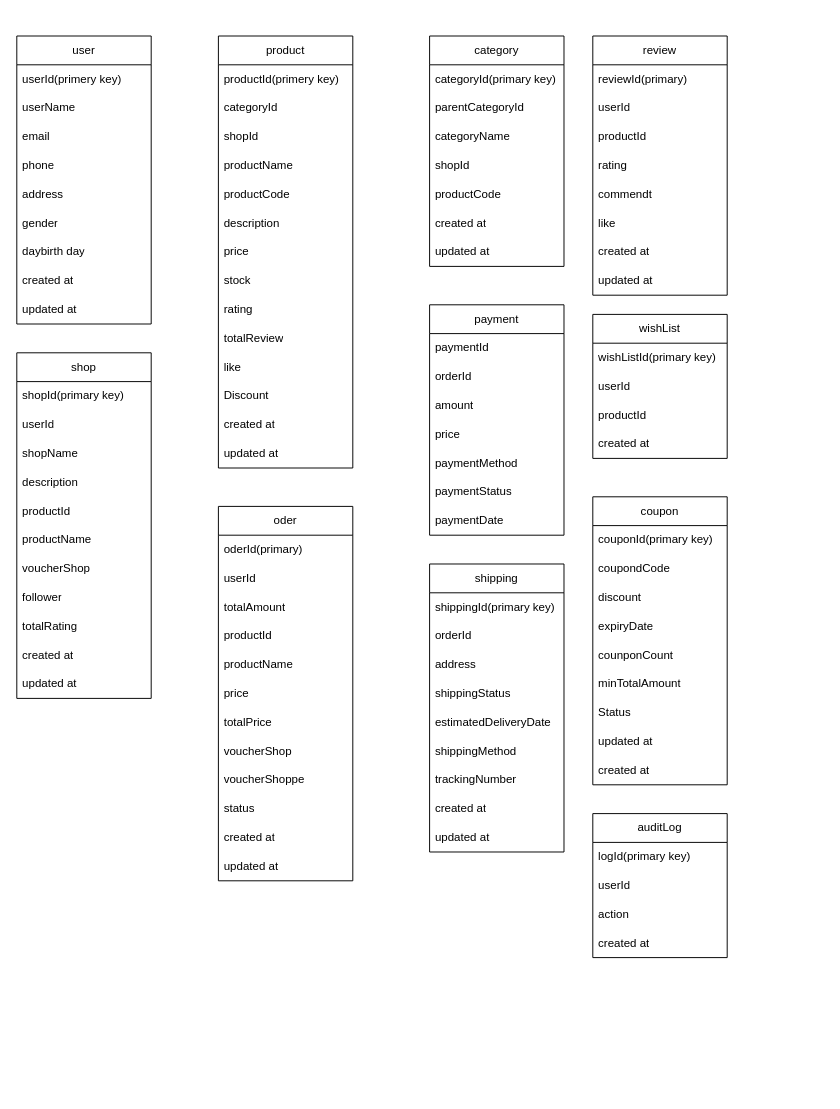
KenNgoPK/shoppe_backend keeps this draw.io diagram as .drawio. Above is the earlier version. Source tidied: cells renumbered, new cells numbered last; positions are measured from the earlier drawing's top-left corner, leaving out a move shared by most shapes. Both pictures are drawn from the tidied source at 96%, with x=0, y=0 at pixel (16, 36).
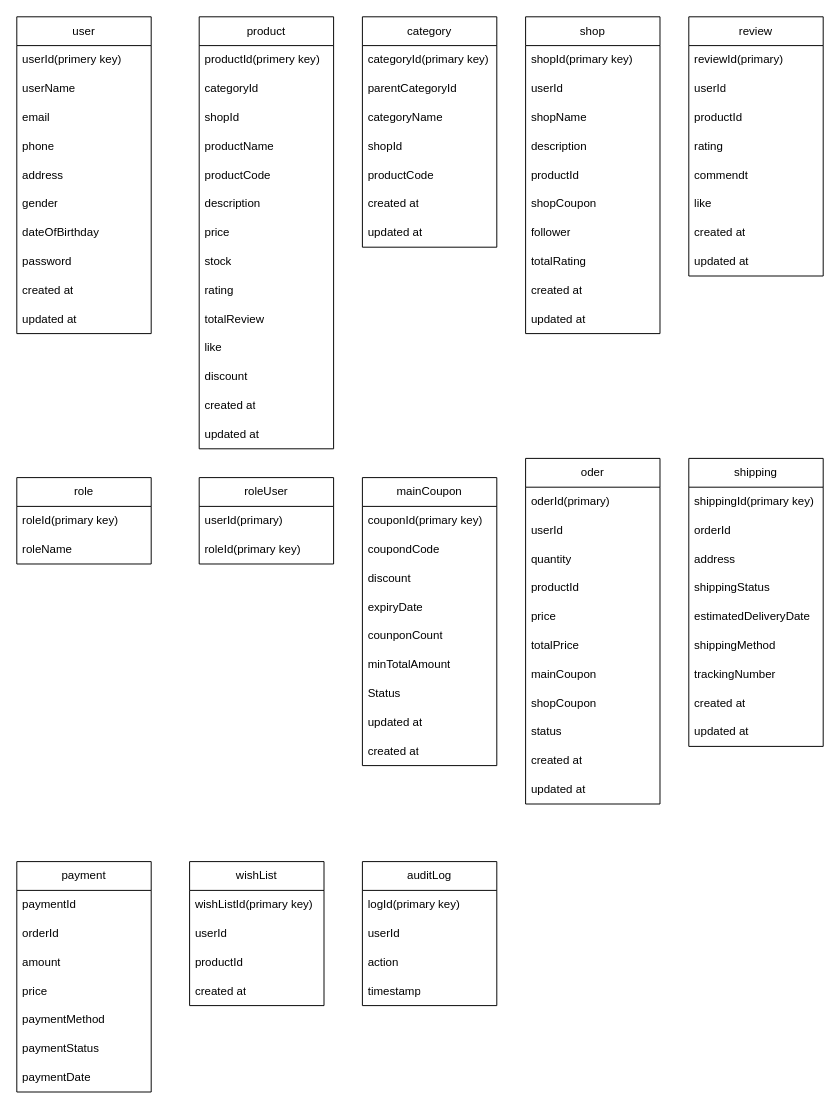
After the change.

Change to the diagram source:
```diff
@@
     <mxCell id="2" value="user" style="swimlane;fontStyle=0;horizontal=1;startSize=30;whiteSpace=wrap;html=1;" parent="1" vertex="1">
-      <mxGeometry width="140" height="300" as="geometry" />
+      <mxGeometry y="-20" width="140" height="330" as="geometry" />
     </mxCell>
@@
-    <mxCell id="9" value="daybirth day" style="text;strokeColor=none;fillColor=none;align=left;verticalAlign=middle;spacingLeft=4;spacingRight=4;overflow=hidden;whiteSpace=wrap;html=1;" parent="2" vertex="1">
+    <mxCell id="9" value="dateOfBirthday" style="text;strokeColor=none;fillColor=none;align=left;verticalAlign=middle;spacingLeft=4;spacingRight=4;overflow=hidden;whiteSpace=wrap;html=1;" parent="2" vertex="1">
       <mxGeometry y="210" width="140" height="30" as="geometry" />
     </mxCell>
+    <mxCell id="107" value="password" style="text;strokeColor=none;fillColor=none;align=left;verticalAlign=middle;spacingLeft=4;spacingRight=4;overflow=hidden;whiteSpace=wrap;html=1;" parent="2" vertex="1">
+      <mxGeometry y="240" width="140" height="30" as="geometry" />
+    </mxCell>
     <mxCell id="10" value="created at" style="text;strokeColor=none;fillColor=none;align=left;verticalAlign=middle;spacingLeft=4;spacingRight=4;overflow=hidden;whiteSpace=wrap;html=1;" parent="2" vertex="1">
-      <mxGeometry y="240" width="140" height="30" as="geometry" />
+      <mxGeometry y="270" width="140" height="30" as="geometry" />
     </mxCell>
     <mxCell id="11" value="updated at" style="text;strokeColor=none;fillColor=none;align=left;verticalAlign=middle;spacingLeft=4;spacingRight=4;overflow=hidden;whiteSpace=wrap;html=1;" parent="2" vertex="1">
-      <mxGeometry y="270" width="140" height="30" as="geometry" />
+      <mxGeometry y="300" width="140" height="30" as="geometry" />
     </mxCell>
     <mxCell id="12" value="product" style="swimlane;fontStyle=0;horizontal=1;startSize=30;whiteSpace=wrap;html=1;" parent="1" vertex="1">
-      <mxGeometry x="210" width="140" height="450" as="geometry" />
+      <mxGeometry x="190" y="-20" width="140" height="450" as="geometry" />
     </mxCell>
@@
-    <mxCell id="24" value="Discount" style="text;strokeColor=none;fillColor=none;align=left;verticalAlign=middle;spacingLeft=4;spacingRight=4;overflow=hidden;whiteSpace=wrap;html=1;" parent="12" vertex="1">
+    <mxCell id="24" value="discount" style="text;strokeColor=none;fillColor=none;align=left;verticalAlign=middle;spacingLeft=4;spacingRight=4;overflow=hidden;whiteSpace=wrap;html=1;" parent="12" vertex="1">
       <mxGeometry y="360" width="140" height="30" as="geometry" />
     </mxCell>
@@
     <mxCell id="27" value="category" style="swimlane;fontStyle=0;horizontal=1;startSize=30;whiteSpace=wrap;html=1;" parent="1" vertex="1">
-      <mxGeometry x="430" width="140" height="240" as="geometry" />
+      <mxGeometry x="360" y="-20" width="140" height="240" as="geometry" />
     </mxCell>
@@
     <mxCell id="35" value="shop" style="swimlane;fontStyle=0;horizontal=1;startSize=30;whiteSpace=wrap;html=1;" parent="1" vertex="1">
-      <mxGeometry y="330" width="140" height="360" as="geometry" />
+      <mxGeometry x="530" y="-20" width="140" height="330" as="geometry" />
     </mxCell>
@@
-    <mxCell id="41" value="productName" style="text;strokeColor=none;fillColor=none;align=left;verticalAlign=middle;spacingLeft=4;spacingRight=4;overflow=hidden;whiteSpace=wrap;html=1;" parent="35" vertex="1">
-      <mxGeometry y="180" width="140" height="30" as="geometry" />
-    </mxCell>
-    <mxCell id="42" value="voucherShop" style="text;strokeColor=none;fillColor=none;align=left;verticalAlign=middle;spacingLeft=4;spacingRight=4;overflow=hidden;whiteSpace=wrap;html=1;" parent="35" vertex="1">
-      <mxGeometry y="210" width="140" height="30" as="geometry" />
+    <mxCell id="42" value="shopCoupon" style="text;strokeColor=none;fillColor=none;align=left;verticalAlign=middle;spacingLeft=4;spacingRight=4;overflow=hidden;whiteSpace=wrap;html=1;" parent="35" vertex="1">
+      <mxGeometry y="180" width="140" height="30" as="geometry" />
     </mxCell>
     <mxCell id="43" value="follower" style="text;strokeColor=none;fillColor=none;align=left;verticalAlign=middle;spacingLeft=4;spacingRight=4;overflow=hidden;whiteSpace=wrap;html=1;" parent="35" vertex="1">
-      <mxGeometry y="240" width="140" height="30" as="geometry" />
+      <mxGeometry y="210" width="140" height="30" as="geometry" />
     </mxCell>
     <mxCell id="44" value="totalRating" style="text;strokeColor=none;fillColor=none;align=left;verticalAlign=middle;spacingLeft=4;spacingRight=4;overflow=hidden;whiteSpace=wrap;html=1;" parent="35" vertex="1">
-      <mxGeometry y="270" width="140" height="30" as="geometry" />
+      <mxGeometry y="240" width="140" height="30" as="geometry" />
     </mxCell>
     <mxCell id="45" value="created at" style="text;strokeColor=none;fillColor=none;align=left;verticalAlign=middle;spacingLeft=4;spacingRight=4;overflow=hidden;whiteSpace=wrap;html=1;" parent="35" vertex="1">
-      <mxGeometry y="300" width="140" height="30" as="geometry" />
+      <mxGeometry y="270" width="140" height="30" as="geometry" />
     </mxCell>
     <mxCell id="46" value="updated at" style="text;strokeColor=none;fillColor=none;align=left;verticalAlign=middle;spacingLeft=4;spacingRight=4;overflow=hidden;whiteSpace=wrap;html=1;" parent="35" vertex="1">
-      <mxGeometry y="330" width="140" height="30" as="geometry" />
+      <mxGeometry y="300" width="140" height="30" as="geometry" />
     </mxCell>
     <mxCell id="47" value="oder" style="swimlane;fontStyle=0;horizontal=1;startSize=30;whiteSpace=wrap;html=1;" parent="1" vertex="1">
-      <mxGeometry x="210" y="490" width="140" height="390" as="geometry" />
+      <mxGeometry x="530" y="440" width="140" height="360" as="geometry" />
     </mxCell>
@@
-    <mxCell id="50" value="totalAmount" style="text;strokeColor=none;fillColor=none;align=left;verticalAlign=middle;spacingLeft=4;spacingRight=4;overflow=hidden;whiteSpace=wrap;html=1;" parent="47" vertex="1">
+    <mxCell id="50" value="quantity" style="text;strokeColor=none;fillColor=none;align=left;verticalAlign=middle;spacingLeft=4;spacingRight=4;overflow=hidden;whiteSpace=wrap;html=1;" parent="47" vertex="1">
       <mxGeometry y="90" width="140" height="30" as="geometry" />
     </mxCell>
@@
-    <mxCell id="52" value="productName" style="text;strokeColor=none;fillColor=none;align=left;verticalAlign=middle;spacingLeft=4;spacingRight=4;overflow=hidden;whiteSpace=wrap;html=1;" parent="47" vertex="1">
-      <mxGeometry y="150" width="140" height="30" as="geometry" />
-    </mxCell>
     <mxCell id="53" value="price" style="text;strokeColor=none;fillColor=none;align=left;verticalAlign=middle;spacingLeft=4;spacingRight=4;overflow=hidden;whiteSpace=wrap;html=1;" parent="47" vertex="1">
-      <mxGeometry y="180" width="140" height="30" as="geometry" />
+      <mxGeometry y="150" width="140" height="30" as="geometry" />
     </mxCell>
     <mxCell id="54" value="totalPrice" style="text;strokeColor=none;fillColor=none;align=left;verticalAlign=middle;spacingLeft=4;spacingRight=4;overflow=hidden;whiteSpace=wrap;html=1;" parent="47" vertex="1">
-      <mxGeometry y="210" width="140" height="30" as="geometry" />
+      <mxGeometry y="180" width="140" height="30" as="geometry" />
     </mxCell>
-    <mxCell id="55" value="voucherShop" style="text;strokeColor=none;fillColor=none;align=left;verticalAlign=middle;spacingLeft=4;spacingRight=4;overflow=hidden;whiteSpace=wrap;html=1;" parent="47" vertex="1">
-      <mxGeometry y="240" width="140" height="30" as="geometry" />
+    <mxCell id="55" value="mainCoupon" style="text;strokeColor=none;fillColor=none;align=left;verticalAlign=middle;spacingLeft=4;spacingRight=4;overflow=hidden;whiteSpace=wrap;html=1;" parent="47" vertex="1">
+      <mxGeometry y="210" width="140" height="30" as="geometry" />
     </mxCell>
-    <mxCell id="56" value="voucherShoppe" style="text;strokeColor=none;fillColor=none;align=left;verticalAlign=middle;spacingLeft=4;spacingRight=4;overflow=hidden;whiteSpace=wrap;html=1;" parent="47" vertex="1">
-      <mxGeometry y="270" width="140" height="30" as="geometry" />
+    <mxCell id="56" value="shopCoupon" style="text;strokeColor=none;fillColor=none;align=left;verticalAlign=middle;spacingLeft=4;spacingRight=4;overflow=hidden;whiteSpace=wrap;html=1;" parent="47" vertex="1">
+      <mxGeometry y="240" width="140" height="30" as="geometry" />
     </mxCell>
     <mxCell id="57" value="status" style="text;strokeColor=none;fillColor=none;align=left;verticalAlign=middle;spacingLeft=4;spacingRight=4;overflow=hidden;whiteSpace=wrap;html=1;" parent="47" vertex="1">
-      <mxGeometry y="300" width="140" height="30" as="geometry" />
+      <mxGeometry y="270" width="140" height="30" as="geometry" />
     </mxCell>
     <mxCell id="58" value="created at" style="text;strokeColor=none;fillColor=none;align=left;verticalAlign=middle;spacingLeft=4;spacingRight=4;overflow=hidden;whiteSpace=wrap;html=1;" parent="47" vertex="1">
-      <mxGeometry y="330" width="140" height="30" as="geometry" />
+      <mxGeometry y="300" width="140" height="30" as="geometry" />
     </mxCell>
     <mxCell id="59" value="updated at" style="text;strokeColor=none;fillColor=none;align=left;verticalAlign=middle;spacingLeft=4;spacingRight=4;overflow=hidden;whiteSpace=wrap;html=1;" parent="47" vertex="1">
-      <mxGeometry y="360" width="140" height="30" as="geometry" />
+      <mxGeometry y="330" width="140" height="30" as="geometry" />
     </mxCell>
-    <mxCell id="60" value="payment" style="swimlane;fontStyle=0;horizontal=1;startSize=30;whiteSpace=wrap;html=1;" parent="1" vertex="1">
-      <mxGeometry x="430" y="280" width="140" height="240" as="geometry" />
-    </mxCell>
-    <mxCell id="61" value="paymentId" style="text;strokeColor=none;fillColor=none;align=left;verticalAlign=middle;spacingLeft=4;spacingRight=4;overflow=hidden;whiteSpace=wrap;html=1;" parent="60" vertex="1">
-      <mxGeometry y="30" width="140" height="30" as="geometry" />
-    </mxCell>
-    <mxCell id="62" value="orderId" style="text;strokeColor=none;fillColor=none;align=left;verticalAlign=middle;spacingLeft=4;spacingRight=4;overflow=hidden;whiteSpace=wrap;html=1;" parent="60" vertex="1">
-      <mxGeometry y="60" width="140" height="30" as="geometry" />
-    </mxCell>
-    <mxCell id="63" value="amount" style="text;strokeColor=none;fillColor=none;align=left;verticalAlign=middle;spacingLeft=4;spacingRight=4;overflow=hidden;whiteSpace=wrap;html=1;" parent="60" vertex="1">
-      <mxGeometry y="90" width="140" height="30" as="geometry" />
-    </mxCell>
-    <mxCell id="64" value="price" style="text;strokeColor=none;fillColor=none;align=left;verticalAlign=middle;spacingLeft=4;spacingRight=4;overflow=hidden;whiteSpace=wrap;html=1;" parent="60" vertex="1">
-      <mxGeometry y="120" width="140" height="30" as="geometry" />
-    </mxCell>
-    <mxCell id="65" value="paymentMethod" style="text;strokeColor=none;fillColor=none;align=left;verticalAlign=middle;spacingLeft=4;spacingRight=4;overflow=hidden;whiteSpace=wrap;html=1;" parent="60" vertex="1">
-      <mxGeometry y="150" width="140" height="30" as="geometry" />
-    </mxCell>
-    <mxCell id="66" value="paymentStatus" style="text;strokeColor=none;fillColor=none;align=left;verticalAlign=middle;spacingLeft=4;spacingRight=4;overflow=hidden;whiteSpace=wrap;html=1;" parent="60" vertex="1">
-      <mxGeometry y="180" width="140" height="30" as="geometry" />
-    </mxCell>
-    <mxCell id="67" value="paymentDate" style="text;strokeColor=none;fillColor=none;align=left;verticalAlign=middle;spacingLeft=4;spacingRight=4;overflow=hidden;whiteSpace=wrap;html=1;" parent="60" vertex="1">
-      <mxGeometry y="210" width="140" height="30" as="geometry" />
-    </mxCell>
     <mxCell id="68" value="shipping" style="swimlane;fontStyle=0;horizontal=1;startSize=30;whiteSpace=wrap;html=1;" parent="1" vertex="1">
-      <mxGeometry x="430" y="550" width="140" height="300" as="geometry" />
+      <mxGeometry x="700" y="440" width="140" height="300" as="geometry" />
     </mxCell>
@@
     <mxCell id="78" value="review" style="swimlane;fontStyle=0;horizontal=1;startSize=30;whiteSpace=wrap;html=1;" parent="1" vertex="1">
-      <mxGeometry x="600" width="140" height="270" as="geometry" />
+      <mxGeometry x="700" y="-20" width="140" height="270" as="geometry" />
     </mxCell>
@@
     <mxCell id="87" value="wishList" style="swimlane;fontStyle=0;horizontal=1;startSize=30;whiteSpace=wrap;html=1;" parent="1" vertex="1">
-      <mxGeometry x="600" y="290" width="140" height="150" as="geometry" />
+      <mxGeometry x="180" y="860" width="140" height="150" as="geometry" />
     </mxCell>
@@
-    <mxCell id="92" value="coupon" style="swimlane;fontStyle=0;horizontal=1;startSize=30;whiteSpace=wrap;html=1;" parent="1" vertex="1">
-      <mxGeometry x="600" y="480" width="140" height="300" as="geometry" />
+    <mxCell id="92" value="mainCoupon" style="swimlane;fontStyle=0;horizontal=1;startSize=30;whiteSpace=wrap;html=1;" parent="1" vertex="1">
+      <mxGeometry x="360" y="460" width="140" height="300" as="geometry" />
     </mxCell>
@@
     <mxCell id="102" value="auditLog" style="swimlane;fontStyle=0;horizontal=1;startSize=30;whiteSpace=wrap;html=1;" parent="1" vertex="1">
-      <mxGeometry x="600" y="810" width="140" height="150" as="geometry" />
+      <mxGeometry x="360" y="860" width="140" height="150" as="geometry" />
     </mxCell>
@@
-    <mxCell id="106" value="created at" style="text;strokeColor=none;fillColor=none;align=left;verticalAlign=middle;spacingLeft=4;spacingRight=4;overflow=hidden;whiteSpace=wrap;html=1;" parent="102" vertex="1">
+    <mxCell id="106" value="timestamp" style="text;strokeColor=none;fillColor=none;align=left;verticalAlign=middle;spacingLeft=4;spacingRight=4;overflow=hidden;whiteSpace=wrap;html=1;" parent="102" vertex="1">
       <mxGeometry y="120" width="140" height="30" as="geometry" />
     </mxCell>
+    <mxCell id="60" value="payment" style="swimlane;fontStyle=0;horizontal=1;startSize=30;whiteSpace=wrap;html=1;" parent="1" vertex="1">
+      <mxGeometry y="860" width="140" height="240" as="geometry" />
+    </mxCell>
+    <mxCell id="61" value="paymentId" style="text;strokeColor=none;fillColor=none;align=left;verticalAlign=middle;spacingLeft=4;spacingRight=4;overflow=hidden;whiteSpace=wrap;html=1;" parent="60" vertex="1">
+      <mxGeometry y="30" width="140" height="30" as="geometry" />
+    </mxCell>
+    <mxCell id="62" value="orderId" style="text;strokeColor=none;fillColor=none;align=left;verticalAlign=middle;spacingLeft=4;spacingRight=4;overflow=hidden;whiteSpace=wrap;html=1;" parent="60" vertex="1">
+      <mxGeometry y="60" width="140" height="30" as="geometry" />
+    </mxCell>
+    <mxCell id="63" value="amount" style="text;strokeColor=none;fillColor=none;align=left;verticalAlign=middle;spacingLeft=4;spacingRight=4;overflow=hidden;whiteSpace=wrap;html=1;" parent="60" vertex="1">
+      <mxGeometry y="90" width="140" height="30" as="geometry" />
+    </mxCell>
+    <mxCell id="64" value="price" style="text;strokeColor=none;fillColor=none;align=left;verticalAlign=middle;spacingLeft=4;spacingRight=4;overflow=hidden;whiteSpace=wrap;html=1;" parent="60" vertex="1">
+      <mxGeometry y="120" width="140" height="30" as="geometry" />
+    </mxCell>
+    <mxCell id="65" value="paymentMethod" style="text;strokeColor=none;fillColor=none;align=left;verticalAlign=middle;spacingLeft=4;spacingRight=4;overflow=hidden;whiteSpace=wrap;html=1;" parent="60" vertex="1">
+      <mxGeometry y="150" width="140" height="30" as="geometry" />
+    </mxCell>
+    <mxCell id="66" value="paymentStatus" style="text;strokeColor=none;fillColor=none;align=left;verticalAlign=middle;spacingLeft=4;spacingRight=4;overflow=hidden;whiteSpace=wrap;html=1;" parent="60" vertex="1">
+      <mxGeometry y="180" width="140" height="30" as="geometry" />
+    </mxCell>
+    <mxCell id="67" value="paymentDate" style="text;strokeColor=none;fillColor=none;align=left;verticalAlign=middle;spacingLeft=4;spacingRight=4;overflow=hidden;whiteSpace=wrap;html=1;" parent="60" vertex="1">
+      <mxGeometry y="210" width="140" height="30" as="geometry" />
+    </mxCell>
+    <mxCell id="108" value="role" style="swimlane;fontStyle=0;horizontal=1;startSize=30;whiteSpace=wrap;html=1;" parent="1" vertex="1">
+      <mxGeometry y="460" width="140" height="90" as="geometry" />
+    </mxCell>
+    <mxCell id="109" value="roleId(primary key)" style="text;strokeColor=none;fillColor=none;align=left;verticalAlign=middle;spacingLeft=4;spacingRight=4;overflow=hidden;whiteSpace=wrap;html=1;" parent="108" vertex="1">
+      <mxGeometry y="30" width="140" height="30" as="geometry" />
+    </mxCell>
+    <mxCell id="110" value="roleName" style="text;strokeColor=none;fillColor=none;align=left;verticalAlign=middle;spacingLeft=4;spacingRight=4;overflow=hidden;whiteSpace=wrap;html=1;" parent="108" vertex="1">
+      <mxGeometry y="60" width="140" height="30" as="geometry" />
+    </mxCell>
+    <mxCell id="111" value="roleUser" style="swimlane;fontStyle=0;horizontal=1;startSize=30;whiteSpace=wrap;html=1;" parent="1" vertex="1">
+      <mxGeometry x="190" y="460" width="140" height="90" as="geometry" />
+    </mxCell>
+    <mxCell id="112" value="userId(primary)" style="text;strokeColor=none;fillColor=none;align=left;verticalAlign=middle;spacingLeft=4;spacingRight=4;overflow=hidden;whiteSpace=wrap;html=1;" parent="111" vertex="1">
+      <mxGeometry y="30" width="140" height="30" as="geometry" />
+    </mxCell>
+    <mxCell id="113" value="roleId(primary key)" style="text;strokeColor=none;fillColor=none;align=left;verticalAlign=middle;spacingLeft=4;spacingRight=4;overflow=hidden;whiteSpace=wrap;html=1;" parent="111" vertex="1">
+      <mxGeometry y="60" width="140" height="30" as="geometry" />
+    </mxCell>
```
